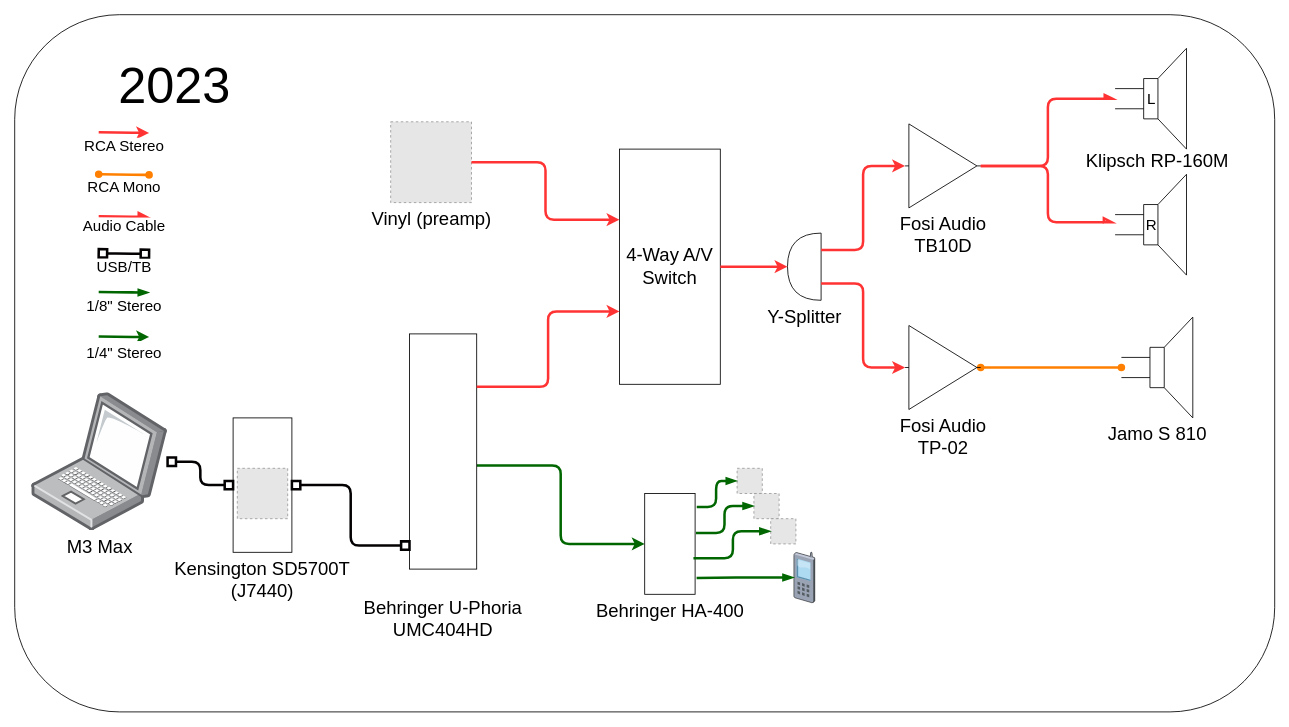
Earlier version of the draw.io diagram diagrams/hifi.drawio (catskull/diagrams). Source tidied: cells renumbered, new cells numbered last; positions are measured from the earlier drawing's top-left corner, leaving out a move shared by most shapes. Both pictures are drawn from the tidied source at 84%, with x=0, y=0 at pixel (14, 14). Pictures stored in the file or linked from it are replaced by grey dashed boxes.
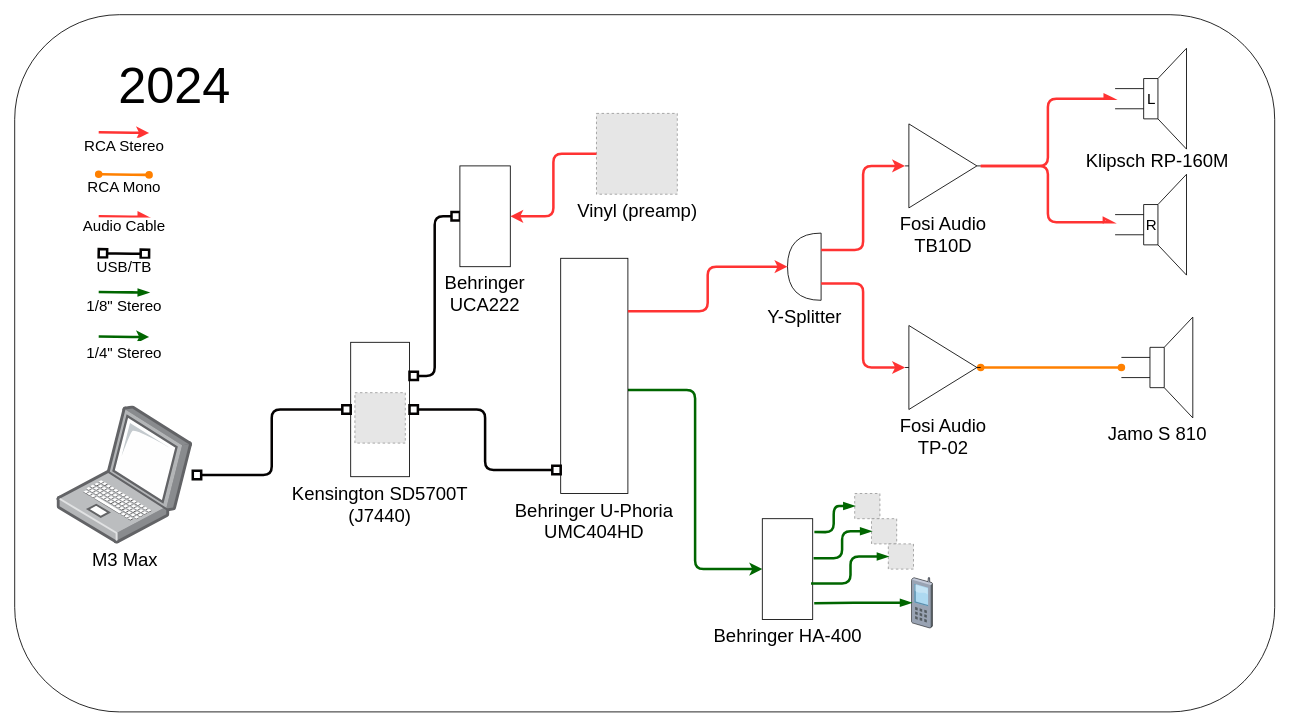
The same page after the edit.

Unchanged cells that the change refers to:
```xml
<mxCell id="4" value="Vinyl (preamp)" style="fillColor=#E6E6E6;strokeColor=#999999;dashed=1;html=1;verticalAlign=top;verticalLabelPosition=bottom;labelBackgroundColor=#ffffff;fontSize=22;" parent="3" vertex="1">
  <mxGeometry x="17.6" y="17.5" width="96.2" height="96.2" as="geometry" />
</mxCell>
<mxCell id="16" value="Y-Splitter" style="shape=or;html=1;align=center;verticalAlign=top;fontFamily=Helvetica;fontSize=22;direction=west;labelPosition=center;verticalLabelPosition=bottom;" parent="1" vertex="1">
  <mxGeometry x="920" y="260" width="40" height="80" as="geometry" />
</mxCell>
<mxCell id="32" value="Kensington SD5700T&#10;(J7440)" style="rounded=0;align=center;verticalAlign=top;fontFamily=Helvetica;fontSize=22;labelPosition=center;verticalLabelPosition=bottom;" parent="31" vertex="1">
  <mxGeometry width="70" height="160" as="geometry" />
</mxCell>
```

What changed in the source:
```diff
@@
     <mxCell id="3" style="group;fontSize=22;" parent="1" vertex="1">
-      <mxGeometry x="430" y="110" width="150" height="140" as="geometry" />
+      <mxGeometry x="675" y="100" width="150" height="140" as="geometry" />
     </mxCell>
@@
-    <mxCell id="15" value="4-Way A/V Switch" style="whiteSpace=wrap;html=1;align=center;verticalAlign=middle;fontFamily=Helvetica;fontSize=22;points=[[0,0.08,0,0,0],[0,0.15,0,0,0],[0,0.3,0,0,0],[0,0.37,0,0,0],[0,0.62,0,0,0],[0,0.69,0,0,0],[0,0.83,0,0,0],[0,0.9,0,0,0],[1,0.44,0,0,0],[1,0.56,0,0,0]];labelPosition=center;verticalLabelPosition=middle;" parent="1" vertex="1">
-      <mxGeometry x="720" y="160" width="120" height="280" as="geometry" />
-    </mxCell>
@@
-    <mxCell id="17" style="edgeStyle=orthogonalEdgeStyle;shape=connector;curved=0;rounded=1;jettySize=auto;html=1;entryX=1;entryY=0.5;entryDx=0;entryDy=0;entryPerimeter=0;strokeColor=#FF3333;strokeWidth=3;align=center;verticalAlign=middle;fontFamily=Helvetica;fontSize=22;fontColor=default;labelBackgroundColor=default;endArrow=classic;" parent="1" edge="1" source="15" target="16">
-      <mxGeometry relative="1" as="geometry" />
-    </mxCell>
@@
-    <mxCell id="20" style="edgeStyle=orthogonalEdgeStyle;shape=connector;curved=0;rounded=1;jettySize=auto;html=1;entryX=0;entryY=0.3;entryDx=0;entryDy=0;entryPerimeter=0;strokeColor=#FF3333;strokeWidth=3;align=center;verticalAlign=middle;fontFamily=Helvetica;fontSize=22;fontColor=default;labelBackgroundColor=default;endArrow=classic;" parent="1" edge="1" source="4" target="15">
-      <mxGeometry relative="1" as="geometry" />
-    </mxCell>
@@
-    <mxCell id="22" value="&#10;Behringer U-Phoria&#10;UMC404HD" style="align=center;verticalAlign=top;fontFamily=Helvetica;fontSize=22;points=[[0,0.08,0,0,0],[0,0.15,0,0,0],[0,0.3,0,0,0],[0,0.37,0,0,0],[0,0.62,0,0,0],[0,0.69,0,0,0],[0,0.83,0,0,0],[0,0.9,0,0,0],[1,0.44,0,0,0],[1,0.56,0,0,0]];labelPosition=center;verticalLabelPosition=bottom;" parent="1" vertex="1">
-      <mxGeometry x="470" y="380" width="80" height="280" as="geometry" />
+    <mxCell id="22" value="Behringer U-Phoria&#10;UMC404HD" style="align=center;verticalAlign=top;fontFamily=Helvetica;fontSize=22;points=[[0,0.08,0,0,0],[0,0.15,0,0,0],[0,0.3,0,0,0],[0,0.37,0,0,0],[0,0.62,0,0,0],[0,0.69,0,0,0],[0,0.83,0,0,0],[0,0.9,0,0,0],[1,0.44,0,0,0],[1,0.56,0,0,0]];labelPosition=center;verticalLabelPosition=bottom;" parent="1" vertex="1">
+      <mxGeometry x="650" y="290" width="80" height="280" as="geometry" />
     </mxCell>
-    <mxCell id="23" style="edgeStyle=orthogonalEdgeStyle;shape=connector;curved=0;rounded=1;jettySize=auto;html=1;entryX=0;entryY=0.69;entryDx=0;entryDy=0;entryPerimeter=0;strokeColor=#FF3333;strokeWidth=3;align=center;verticalAlign=middle;fontFamily=Helvetica;fontSize=22;fontColor=default;labelBackgroundColor=default;endArrow=classic;exitX=1;exitY=0.225;exitDx=0;exitDy=0;exitPerimeter=0;" parent="1" edge="1" source="22" target="15">
+    <mxCell id="23" style="edgeStyle=orthogonalEdgeStyle;shape=connector;curved=0;rounded=1;jettySize=auto;html=1;entryX=1;entryY=0.5;entryDx=0;entryDy=0;entryPerimeter=0;strokeColor=#FF3333;strokeWidth=3;align=center;verticalAlign=middle;fontFamily=Helvetica;fontSize=22;fontColor=default;labelBackgroundColor=default;endArrow=classic;exitX=1;exitY=0.225;exitDx=0;exitDy=0;exitPerimeter=0;" parent="1" edge="1" source="22" target="16">
       <mxGeometry relative="1" as="geometry" />
     </mxCell>
     <mxCell id="24" value="Behringer HA-400" style="rounded=0;html=1;align=center;verticalAlign=top;fontFamily=Helvetica;fontSize=22;labelPosition=center;verticalLabelPosition=bottom;" parent="1" vertex="1">
-      <mxGeometry x="750" y="570" width="60" height="120" as="geometry" />
+      <mxGeometry x="890" y="600" width="60" height="120" as="geometry" />
     </mxCell>
     <mxCell id="25" style="fillColor=#E6E6E6;strokeColor=#999999;dashed=1;html=1;verticalAlign=top;verticalLabelPosition=bottom;labelBackgroundColor=#ffffff;align=center;fontFamily=Helvetica;fontSize=22;fontColor=default;" parent="1" vertex="1">
-      <mxGeometry x="860" y="540" width="30" height="30" as="geometry" />
+      <mxGeometry x="1000" y="570" width="30" height="30" as="geometry" />
     </mxCell>
@@
     <mxCell id="27" style="fillColor=#E6E6E6;strokeColor=#999999;dashed=1;html=1;verticalAlign=top;verticalLabelPosition=bottom;labelBackgroundColor=#ffffff;align=center;fontFamily=Helvetica;fontSize=22;fontColor=default;" parent="1" vertex="1">
-      <mxGeometry x="880" y="570" width="30" height="30" as="geometry" />
+      <mxGeometry x="1020" y="600" width="30" height="30" as="geometry" />
     </mxCell>
     <mxCell id="28" style="fillColor=#E6E6E6;strokeColor=#999999;dashed=1;html=1;verticalAlign=top;verticalLabelPosition=bottom;labelBackgroundColor=#ffffff;align=center;fontFamily=Helvetica;fontSize=22;fontColor=default;" parent="1" vertex="1">
-      <mxGeometry x="900" y="600" width="30" height="30" as="geometry" />
+      <mxGeometry x="1040" y="630" width="30" height="30" as="geometry" />
     </mxCell>
@@
     <mxCell id="31" style="group;fontSize=22;" parent="1" vertex="1">
-      <mxGeometry x="260" y="480" width="70" height="160" as="geometry" />
+      <mxGeometry x="400" y="390" width="70" height="160" as="geometry" />
     </mxCell>
@@
     <mxCell id="36" value="M3 Max" style="image;points=[];html=1;align=center;shadow=0;dashed=0;image=img/lib/allied_telesis/computer_and_terminals/Laptop.svg;rounded=0;strokeColor=default;verticalAlign=top;fontFamily=Helvetica;fontSize=22;fontColor=default;fillColor=default;" parent="1" vertex="1">
-      <mxGeometry x="20" y="450" width="162" height="164.3" as="geometry" />
+      <mxGeometry x="50" y="465.7" width="162" height="164.3" as="geometry" />
     </mxCell>
-    <mxCell id="37" value="&lt;font style=&quot;font-size: 60px;&quot;&gt;2023&lt;/font&gt;" style="text;html=1;align=center;verticalAlign=middle;strokeColor=none;fillColor=none;fontFamily=Helvetica;fontSize=22;fontColor=default;" parent="1" vertex="1">
+    <mxCell id="37" value="&lt;font style=&quot;font-size: 60px;&quot;&gt;2024&lt;/font&gt;" style="text;html=1;align=center;verticalAlign=middle;strokeColor=none;fillColor=none;fontFamily=Helvetica;fontSize=22;fontColor=default;" parent="1" vertex="1">
       <mxGeometry x="110" y="40" width="160" height="90" as="geometry" />
     </mxCell>
     <mxCell id="38" style="verticalLabelPosition=bottom;sketch=0;html=1;verticalAlign=top;strokeColor=none;align=center;outlineConnect=0;shape=mxgraph.citrix.cell_phone;rounded=0;fontFamily=Helvetica;fontSize=12;fontColor=default;fillColor=default;" parent="1" vertex="1">
-      <mxGeometry x="927.5" y="640" width="25" height="60" as="geometry" />
+      <mxGeometry x="1067.5" y="670" width="25" height="60" as="geometry" />
     </mxCell>
@@
+    <mxCell id="52" style="edgeStyle=orthogonalEdgeStyle;shape=connector;curved=0;rounded=1;jettySize=auto;html=1;entryX=1;entryY=0.25;entryDx=0;entryDy=0;strokeColor=#030101;strokeWidth=3;align=center;verticalAlign=middle;fontFamily=Helvetica;fontSize=12;fontColor=default;labelBackgroundColor=default;endArrow=box;startArrow=box;startFill=0;endFill=0;" parent="1" edge="1" source="53" target="32">
+      <mxGeometry relative="1" as="geometry" />
+    </mxCell>
+    <mxCell id="53" value="Behringer&lt;div style=&quot;font-size: 22px;&quot;&gt;UCA222&lt;/div&gt;" style="rounded=0;whiteSpace=wrap;html=1;align=center;verticalAlign=top;fontFamily=Helvetica;fontSize=22;labelBackgroundColor=default;labelPosition=center;verticalLabelPosition=bottom;direction=south;" parent="1" vertex="1">
+      <mxGeometry x="530" y="180" width="60" height="120" as="geometry" />
+    </mxCell>
+    <mxCell id="54" style="edgeStyle=orthogonalEdgeStyle;shape=connector;curved=0;rounded=1;jettySize=auto;html=1;entryX=0.5;entryY=0;entryDx=0;entryDy=0;strokeColor=#FF3333;strokeWidth=3;align=center;verticalAlign=middle;fontFamily=Helvetica;fontSize=12;fontColor=default;labelBackgroundColor=default;endArrow=classic;" parent="1" edge="1" source="4" target="53">
+      <mxGeometry relative="1" as="geometry" />
+    </mxCell>
```
